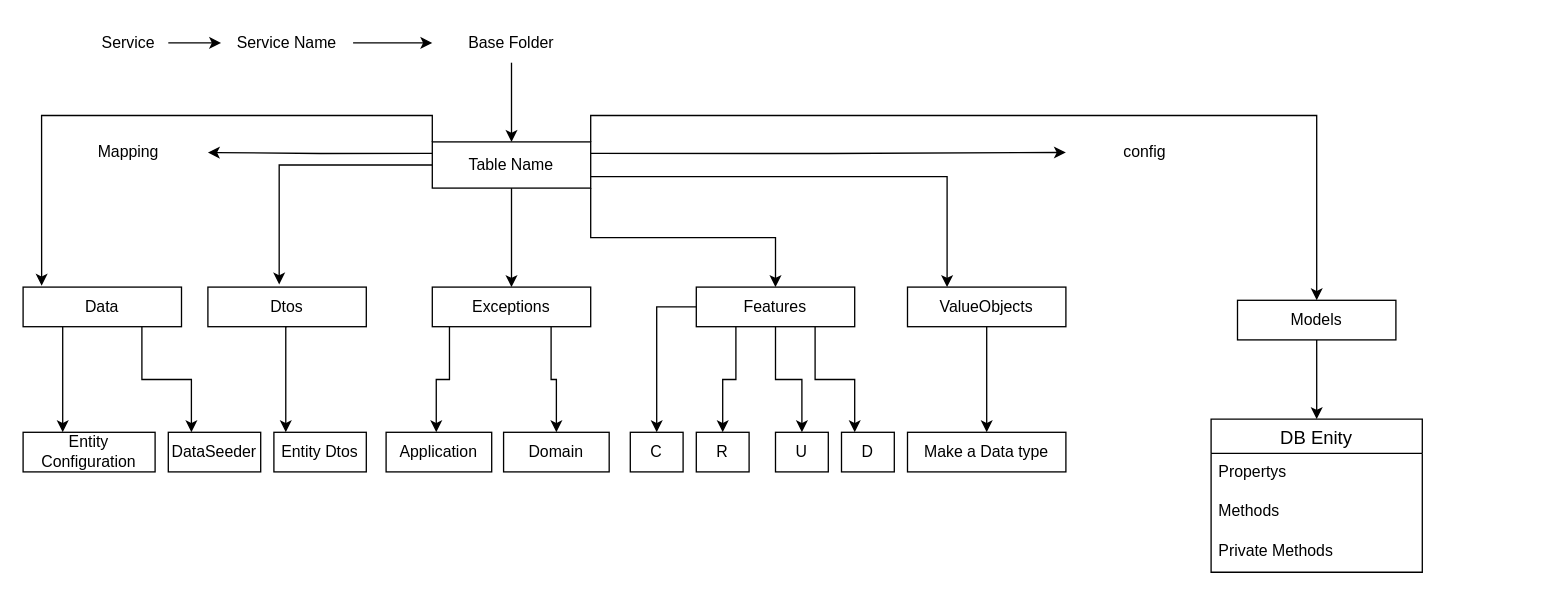
Before: SAFE Service structured Diagram.drawio in walidulhasan/UML, a draw.io diagram. Source tidied: cells renumbered, new cells numbered last; positions are measured from the earlier drawing's top-left corner, leaving out a move shared by most shapes. Both pictures are drawn from the tidied source at 132%, with x=0, y=0 at pixel (22, 22).
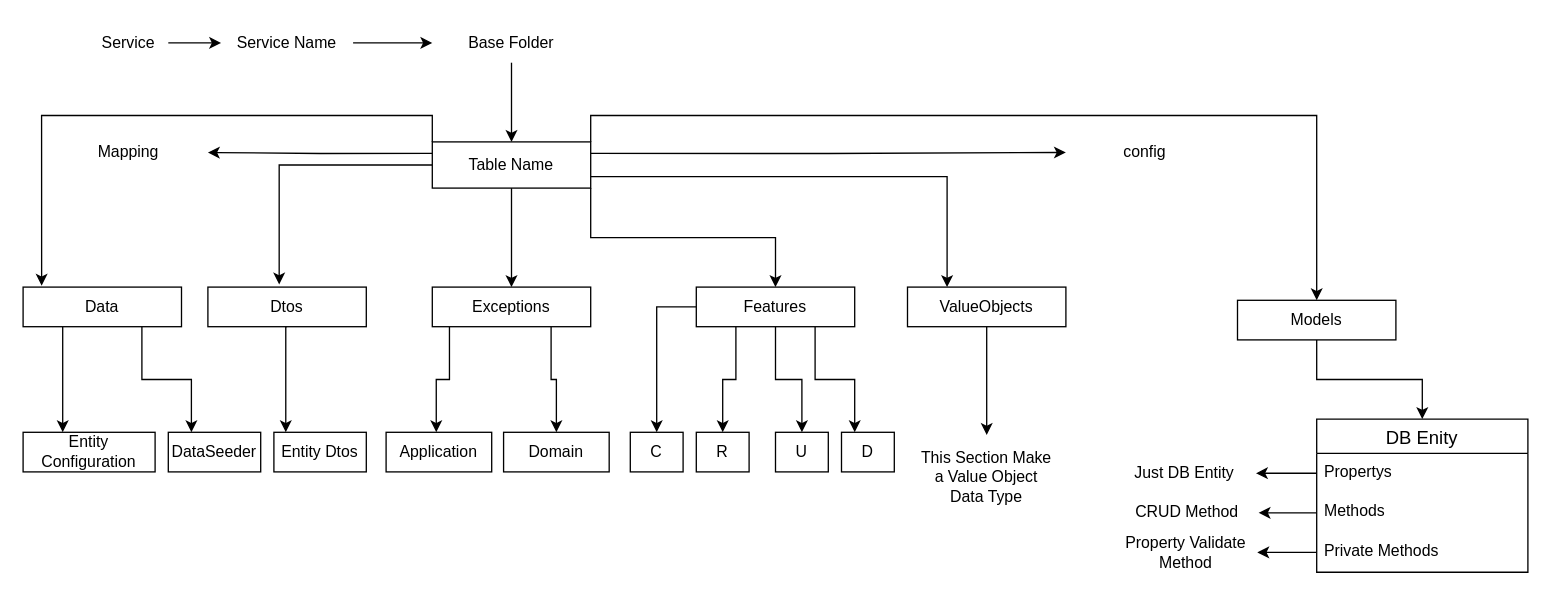
The same diagram, later.

Unchanged cells that the change refers to:
```xml
<mxCell id="33" value="ValueObjects" style="whiteSpace=wrap;html=1;" parent="1" vertex="1">
  <mxGeometry x="670" y="200" width="120" height="30" as="geometry" />
</mxCell>
<mxCell id="37" value="Propertys" style="text;strokeColor=none;fillColor=none;spacingLeft=4;spacingRight=4;overflow=hidden;points=[[0,0.5],[1,0.5]];portConstraint=eastwest;fontSize=12;" parent="36" vertex="1">
  <mxGeometry y="26" width="160" height="30" as="geometry" />
</mxCell>
<mxCell id="38" value="Methods" style="text;strokeColor=none;fillColor=none;spacingLeft=4;spacingRight=4;overflow=hidden;points=[[0,0.5],[1,0.5]];portConstraint=eastwest;fontSize=12;" parent="36" vertex="1">
  <mxGeometry y="56" width="160" height="30" as="geometry" />
</mxCell>
<mxCell id="39" value="Private Methods" style="text;strokeColor=none;fillColor=none;spacingLeft=4;spacingRight=4;overflow=hidden;points=[[0,0.5],[1,0.5]];portConstraint=eastwest;fontSize=12;" parent="36" vertex="1">
  <mxGeometry y="86" width="160" height="30" as="geometry" />
</mxCell>
```

Change to the diagram source:
```diff
@@
-    <mxCell id="32" style="edgeStyle=orthogonalEdgeStyle;rounded=0;jettySize=auto;html=1;" parent="1" edge="1" source="33" target="49">
+    <mxCell id="32" style="edgeStyle=orthogonalEdgeStyle;rounded=0;jettySize=auto;html=1;" parent="1" edge="1" source="33" target="56">
       <mxGeometry relative="1" as="geometry" />
     </mxCell>
@@
     <mxCell id="36" value="DB Enity" style="swimlane;fontStyle=0;horizontal=1;startSize=26;align=center;fontSize=14;" parent="1" vertex="1">
-      <mxGeometry x="900" y="300" width="160" height="116" as="geometry" />
+      <mxGeometry x="980" y="300" width="160" height="116" as="geometry" />
     </mxCell>
@@
-    <mxCell id="49" value="Make a Data type" style="whiteSpace=wrap;html=1;" parent="1" vertex="1">
-      <mxGeometry x="670" y="310" width="120" height="30" as="geometry" />
-    </mxCell>
+    <mxCell id="50" value="Just DB Entity" style="text;html=1;strokeColor=none;fillColor=none;align=center;verticalAlign=middle;whiteSpace=wrap;rounded=0;" parent="1" vertex="1">
+      <mxGeometry x="826" y="326" width="108" height="30" as="geometry" />
+    </mxCell>
+    <mxCell id="51" style="edgeStyle=orthogonalEdgeStyle;rounded=0;jettySize=auto;html=1;exitX=0;exitY=0.5;exitDx=0;exitDy=0;" parent="1" edge="1" source="37" target="50">
+      <mxGeometry relative="1" as="geometry" />
+    </mxCell>
+    <mxCell id="52" value="CRUD Method" style="text;html=1;strokeColor=none;fillColor=none;align=center;verticalAlign=middle;whiteSpace=wrap;rounded=0;" parent="1" vertex="1">
+      <mxGeometry x="828" y="356" width="108" height="30" as="geometry" />
+    </mxCell>
+    <mxCell id="53" style="edgeStyle=orthogonalEdgeStyle;rounded=0;jettySize=auto;html=1;exitX=0;exitY=0.5;exitDx=0;exitDy=0;" parent="1" edge="1" source="38" target="52">
+      <mxGeometry relative="1" as="geometry" />
+    </mxCell>
+    <mxCell id="54" value="Property Validate Method" style="text;html=1;strokeColor=none;fillColor=none;align=center;verticalAlign=middle;whiteSpace=wrap;rounded=0;" parent="1" vertex="1">
+      <mxGeometry x="827" y="386" width="108" height="30" as="geometry" />
+    </mxCell>
+    <mxCell id="55" style="edgeStyle=orthogonalEdgeStyle;rounded=0;jettySize=auto;html=1;exitX=0;exitY=0.5;exitDx=0;exitDy=0;" parent="1" edge="1" source="39" target="54">
+      <mxGeometry relative="1" as="geometry" />
+    </mxCell>
+    <mxCell id="56" value="This Section Make a Value Object Data Type" style="text;html=1;strokeColor=none;fillColor=none;align=center;verticalAlign=middle;whiteSpace=wrap;rounded=0;" parent="1" vertex="1">
+      <mxGeometry x="676" y="312" width="108" height="64" as="geometry" />
+    </mxCell>
```
